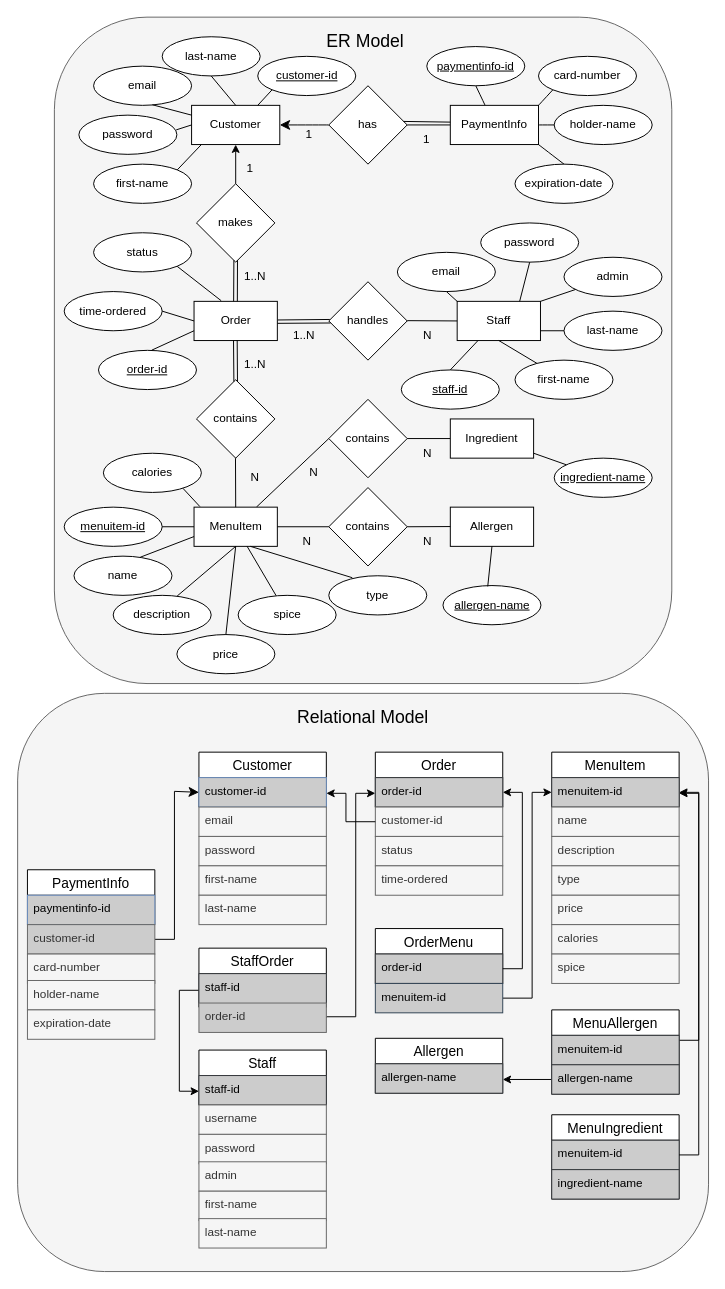
The draw.io diagram backend/resources/entity_relation.drawio in Ideapersie/TeamProjec23, before the edit. Source tidied: cells renumbered, new cells numbered last; positions are measured from the earlier drawing's top-left corner, leaving out a move shared by most shapes. Both pictures are drawn from the tidied source at 98%, with x=0, y=0 at pixel (17, 17).
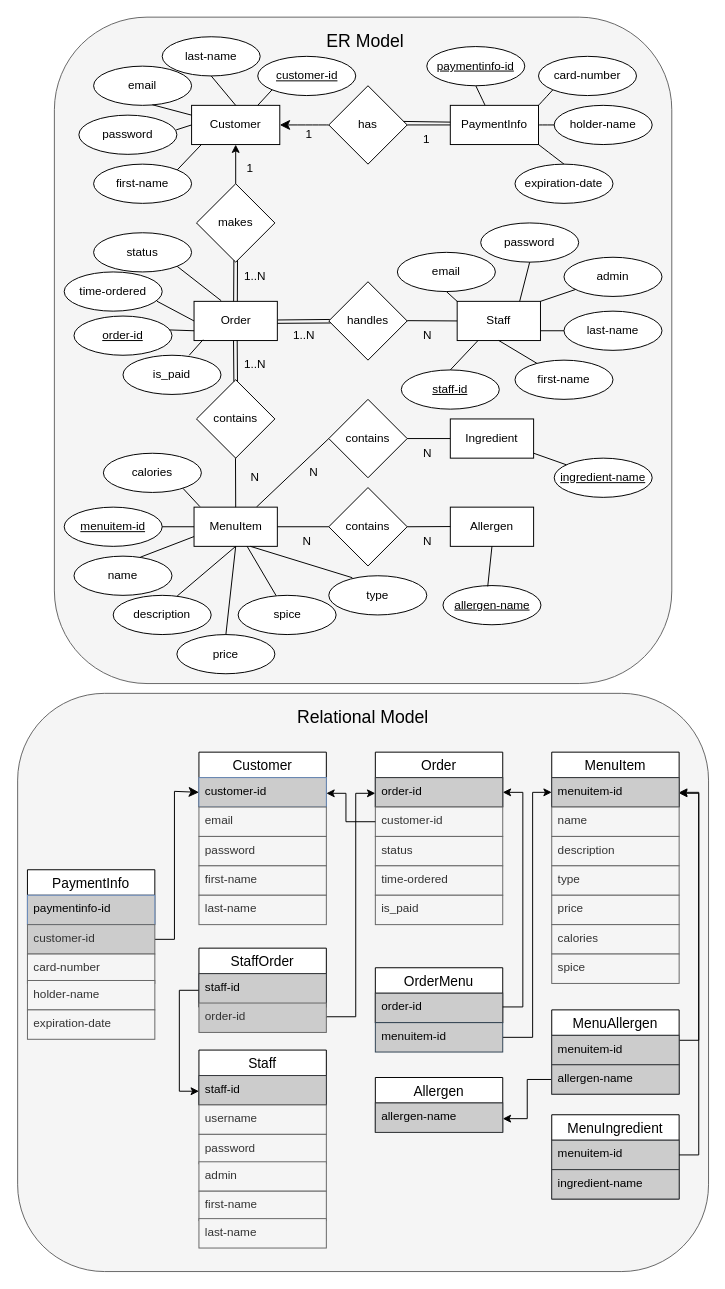
The same diagram, later.

Commit message:
Update ER diagram to show 'is_paid' attribute under Order

ER diagram should be up-to-date with changes to the schema.

Unchanged cells that the change refers to:
```xml
<mxCell id="6" value="Order" style="whiteSpace=wrap;html=1;" parent="1" vertex="1">
  <mxGeometry x="180.5" y="290" width="85" height="40" as="geometry" />
</mxCell>
<mxCell id="62" value="order-id" style="text;strokeColor=#36393d;fillColor=#CCCCCC;spacingLeft=4;spacingRight=4;overflow=hidden;points=[[0,0.5],[1,0.5]];portConstraint=eastwest;fontSize=12;whiteSpace=wrap;html=1;" parent="61" vertex="1">
  <mxGeometry y="26" width="130" height="30" as="geometry" />
</mxCell>
<mxCell id="70" value="menuitem-id" style="text;strokeColor=#36393d;fillColor=#CCCCCC;spacingLeft=4;spacingRight=4;overflow=hidden;points=[[0,0.5],[1,0.5]];portConstraint=eastwest;fontSize=12;whiteSpace=wrap;html=1;" parent="69" vertex="1">
  <mxGeometry y="26" width="130" height="30" as="geometry" />
</mxCell>
<mxCell id="78" value="order-id" style="text;strokeColor=#36393d;fillColor=#CCCCCC;spacingLeft=4;spacingRight=4;overflow=hidden;points=[[0,0.5],[1,0.5]];portConstraint=eastwest;fontSize=12;whiteSpace=wrap;html=1;" parent="77" vertex="1">
  <mxGeometry y="26" width="130" height="30" as="geometry" />
</mxCell>
```

What changed in the source:
```diff
@@
     <mxCell id="9" value="order-id" style="ellipse;whiteSpace=wrap;html=1;align=center;fontStyle=4;" parent="1" vertex="1">
-      <mxGeometry x="83" y="340" width="100" height="40" as="geometry" />
+      <mxGeometry x="58" y="305" width="100" height="40" as="geometry" />
     </mxCell>
@@
-    <mxCell id="22" style="endArrow=none;html=1;rounded=0;entryX=0.543;entryY=-0.004;entryDx=0;entryDy=0;exitX=0.103;exitY=1.004;exitDx=0;exitDy=0;exitPerimeter=0;entryPerimeter=0;" parent="1" edge="1" target="9">
+    <mxCell id="22" style="endArrow=none;html=1;rounded=0;entryX=0.974;entryY=0.354;entryDx=0;entryDy=0;exitX=0.103;exitY=1.004;exitDx=0;exitDy=0;exitPerimeter=0;entryPerimeter=0;" parent="1" edge="1" target="9">
       <mxGeometry relative="1" as="geometry">
         <mxPoint x="180.5" y="320" as="sourcePoint" />
       </mxGeometry>
     </mxCell>
@@
     <mxCell id="46" value="time-ordered" style="ellipse;whiteSpace=wrap;html=1;align=center;" parent="1" vertex="1">
-      <mxGeometry x="48" y="280" width="100" height="40" as="geometry" />
+      <mxGeometry x="48" y="260" width="100" height="40" as="geometry" />
     </mxCell>
@@
-    <mxCell id="48" style="endArrow=none;html=1;rounded=0;entryX=1;entryY=0.5;entryDx=0;entryDy=0;exitX=0.103;exitY=1.004;exitDx=0;exitDy=0;exitPerimeter=0;" parent="1" edge="1" target="46">
+    <mxCell id="48" style="endArrow=none;html=1;rounded=0;entryX=0.946;entryY=0.746;entryDx=0;entryDy=0;exitX=0.103;exitY=1.004;exitDx=0;exitDy=0;exitPerimeter=0;entryPerimeter=0;" parent="1" edge="1" target="46">
       <mxGeometry relative="1" as="geometry">
         <mxPoint x="180.5" y="310" as="sourcePoint" />
       </mxGeometry>
     </mxCell>
@@
     <mxCell id="77" value="OrderMenu" style="swimlane;fontStyle=0;horizontal=1;startSize=26;align=center;fontSize=14;" parent="1" vertex="1">
-      <mxGeometry x="365.5" y="930" width="130" height="56" as="geometry" />
+      <mxGeometry x="365.5" y="970" width="130" height="56" as="geometry" />
     </mxCell>
@@
     <mxCell id="79" style="edgeStyle=orthogonalEdgeStyle;rounded=0;jettySize=auto;html=1;" parent="1" edge="1" source="80" target="70">
       <mxGeometry relative="1" as="geometry">
         <Array as="points">
-          <mxPoint x="525.5" y="1001" />
-          <mxPoint x="525.5" y="791" />
+          <mxPoint x="526" y="1041" />
+          <mxPoint x="526" y="791" />
         </Array>
       </mxGeometry>
     </mxCell>
     <mxCell id="80" value="&lt;font color=&quot;#030303&quot;&gt;menuitem-id&lt;/font&gt;" style="text;strokeColor=#314354;fillColor=#CCCCCC;spacingLeft=4;spacingRight=4;overflow=hidden;points=[[0,0.5],[1,0.5]];portConstraint=eastwest;fontSize=12;whiteSpace=wrap;html=1;fontColor=#ffffff;" parent="1" vertex="1">
-      <mxGeometry x="365.5" y="986" width="130" height="30" as="geometry" />
+      <mxGeometry x="365.5" y="1026" width="130" height="30" as="geometry" />
     </mxCell>
@@
     <mxCell id="82" style="edgeStyle=orthogonalEdgeStyle;rounded=0;jettySize=auto;html=1;entryX=1;entryY=0.5;entryDx=0;entryDy=0;" parent="1" edge="1" source="78" target="62">
       <mxGeometry relative="1" as="geometry">
         <Array as="points">
-          <mxPoint x="515.5" y="971" />
-          <mxPoint x="515.5" y="791" />
+          <mxPoint x="516" y="1010" />
+          <mxPoint x="516" y="791" />
         </Array>
       </mxGeometry>
     </mxCell>
@@
     <mxCell id="135" style="group;" parent="1" vertex="1">
-      <mxGeometry x="365.5" y="1042" width="130" height="116" as="geometry" />
+      <mxGeometry x="365.5" y="1082" width="130" height="116" as="geometry" />
     </mxCell>
@@
+    <mxCell id="164" value="is_paid" style="ellipse;whiteSpace=wrap;html=1;align=center;" parent="1" vertex="1">
+      <mxGeometry x="108" y="345" width="100" height="40" as="geometry" />
+    </mxCell>
+    <mxCell id="165" style="endArrow=none;html=1;rounded=0;entryX=1;entryY=1;entryDx=0;entryDy=0;exitX=0.108;exitY=0.979;exitDx=0;exitDy=0;exitPerimeter=0;" parent="1" edge="1" source="6">
+      <mxGeometry relative="1" as="geometry">
+        <mxPoint x="175.6" y="345" as="targetPoint" />
+      </mxGeometry>
+    </mxCell>
+    <mxCell id="166" value="is_paid" style="text;strokeColor=#666666;fillColor=#f5f5f5;spacingLeft=4;spacingRight=4;overflow=hidden;fontSize=12;whiteSpace=wrap;html=1;fontColor=#333333;" parent="1" vertex="1">
+      <mxGeometry x="365.5" y="896" width="130" height="30" as="geometry" />
+    </mxCell>
```
